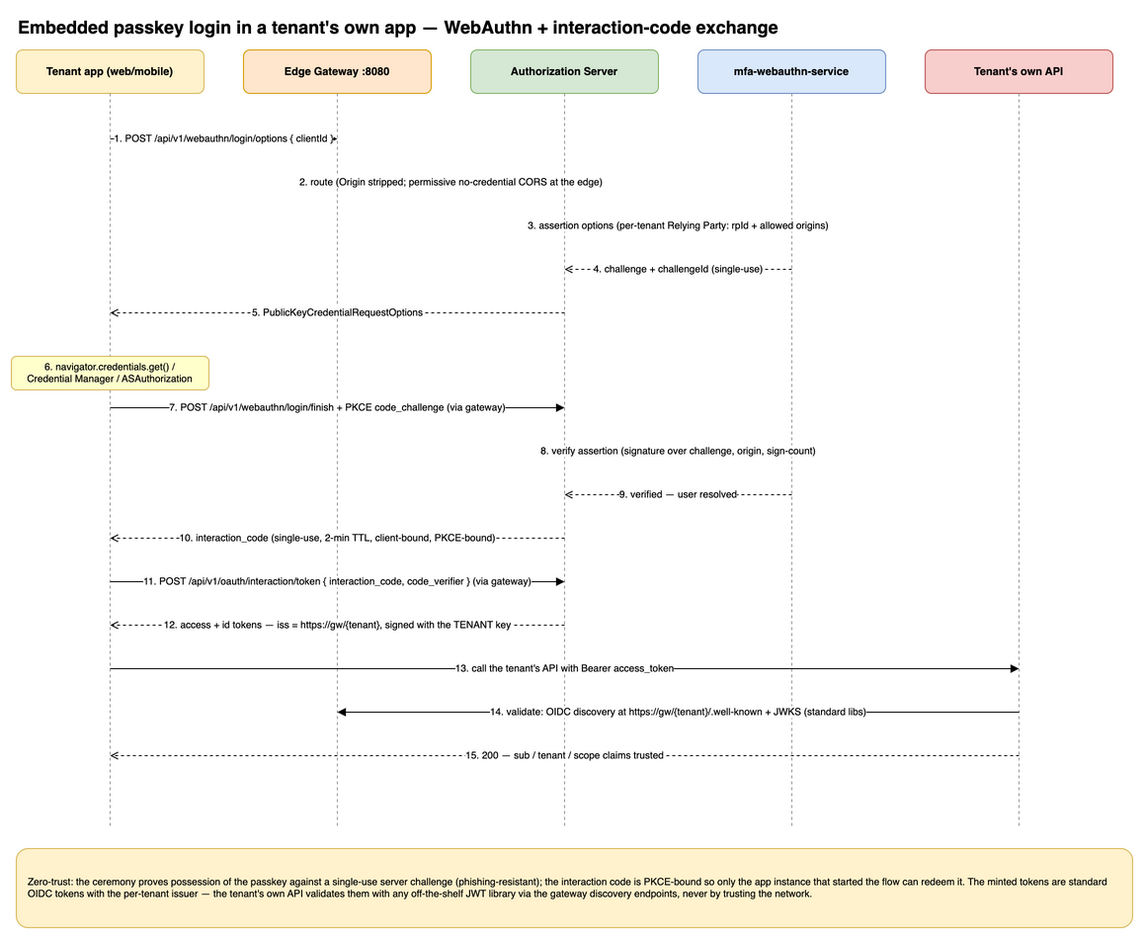
Before: architecture/diagrams/seq-embedded-passkey.drawio.png, a diagram exported from draw.io (AegisIdentity/aegis-platform-docs). Source tidied: cells renumbered, new cells last; positions are measured from the earlier drawing's top-left corner, leaving out a move shared by most shapes.
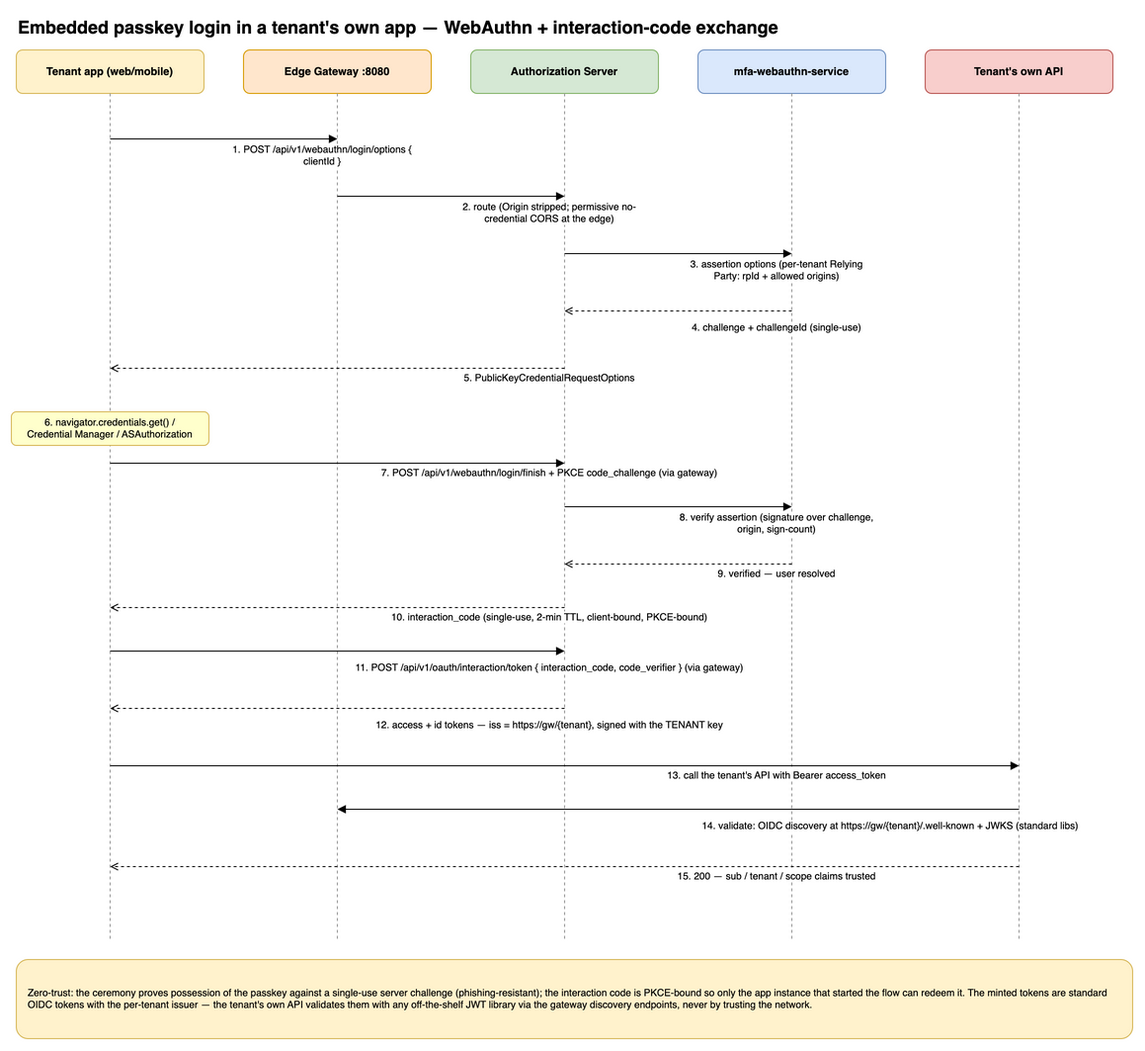
After the commit.

Change to the diagram source:
```diff
@@ -11,7 +11,7 @@
     <mxCell id="4" style="endArrow=none;dashed=1;html=1;strokeColor=#999999;" parent="1" edge="1">
       <mxGeometry relative="1" as="geometry">
         <mxPoint x="100" y="84" as="sourcePoint" />
-        <mxPoint x="100" y="828" as="targetPoint" />
+        <mxPoint x="100" y="940" as="targetPoint" />
       </mxGeometry>
     </mxCell>
     <mxCell id="5" value="Edge Gateway :8080" style="rounded=1;whiteSpace=wrap;html=1;fontStyle=1;fontSize=11;fillColor=#FFE6CC;strokeColor=#D79B00;" parent="1" vertex="1">
@@ -20,7 +20,7 @@
     <mxCell id="6" style="endArrow=none;dashed=1;html=1;strokeColor=#999999;" parent="1" edge="1">
       <mxGeometry relative="1" as="geometry">
         <mxPoint x="330" y="84" as="sourcePoint" />
-        <mxPoint x="330" y="828" as="targetPoint" />
+        <mxPoint x="330" y="940" as="targetPoint" />
       </mxGeometry>
     </mxCell>
     <mxCell id="7" value="Authorization Server" style="rounded=1;whiteSpace=wrap;html=1;fontStyle=1;fontSize=11;fillColor=#D5E8D4;strokeColor=#82B366;" parent="1" vertex="1">
@@ -29,7 +29,7 @@
     <mxCell id="8" style="endArrow=none;dashed=1;html=1;strokeColor=#999999;" parent="1" edge="1">
       <mxGeometry relative="1" as="geometry">
         <mxPoint x="560" y="84" as="sourcePoint" />
-        <mxPoint x="560" y="828" as="targetPoint" />
+        <mxPoint x="560" y="940" as="targetPoint" />
       </mxGeometry>
     </mxCell>
     <mxCell id="9" value="mfa-webauthn-service" style="rounded=1;whiteSpace=wrap;html=1;fontStyle=1;fontSize=11;fillColor=#DAE8FC;strokeColor=#6C8EBF;" parent="1" vertex="1">
@@ -38,7 +38,7 @@
     <mxCell id="10" style="endArrow=none;dashed=1;html=1;strokeColor=#999999;" parent="1" edge="1">
       <mxGeometry relative="1" as="geometry">
         <mxPoint x="790" y="84" as="sourcePoint" />
-        <mxPoint x="790" y="828" as="targetPoint" />
+        <mxPoint x="790" y="940" as="targetPoint" />
       </mxGeometry>
     </mxCell>
     <mxCell id="11" value="Tenant's own API" style="rounded=1;whiteSpace=wrap;html=1;fontStyle=1;fontSize=11;fillColor=#F8CECC;strokeColor=#B85450;" parent="1" vertex="1">
@@ -47,98 +47,140 @@
     <mxCell id="12" style="endArrow=none;dashed=1;html=1;strokeColor=#999999;" parent="1" edge="1">
       <mxGeometry relative="1" as="geometry">
         <mxPoint x="1020" y="84" as="sourcePoint" />
-        <mxPoint x="1020" y="828" as="targetPoint" />
+        <mxPoint x="1020" y="940" as="targetPoint" />
       </mxGeometry>
     </mxCell>
-    <mxCell id="13" value="1. POST /api/v1/webauthn/login/options { clientId }" style="html=1;fontSize=10;endArrow=block;endFill=1;rounded=0;" parent="1" edge="1">
+    <mxCell id="13" style="html=1;fontSize=10;endArrow=block;endFill=1;rounded=0;" parent="1" edge="1">
       <mxGeometry relative="1" as="geometry">
         <mxPoint x="100" y="130" as="sourcePoint" />
         <mxPoint x="330" y="130" as="targetPoint" />
       </mxGeometry>
     </mxCell>
-    <mxCell id="14" value="2. route (Origin stripped; permissive no-credential CORS at the edge)" style="html=1;fontSize=10;endArrow=block;endFill=1;rounded=0;" parent="1" edge="1">
-      <mxGeometry relative="1" as="geometry">
-        <mxPoint x="330" y="174" as="sourcePoint" />
-        <mxPoint x="560" y="174" as="targetPoint" />
-      </mxGeometry>
+    <mxCell id="14" value="1. POST /api/v1/webauthn/login/options { clientId }" style="edgeLabel;html=1;align=center;verticalAlign=middle;whiteSpace=wrap;labelBackgroundColor=#FFFFFF;fontSize=10;" parent="13" vertex="1">
+      <mxGeometry width="200" height="34" relative="1" as="geometry" />
     </mxCell>
-    <mxCell id="15" value="3. assertion options (per-tenant Relying Party: rpId + allowed origins)" style="html=1;fontSize=10;endArrow=block;endFill=1;rounded=0;" parent="1" edge="1">
+    <mxCell id="15" style="html=1;fontSize=10;endArrow=block;endFill=1;rounded=0;" parent="1" edge="1">
       <mxGeometry relative="1" as="geometry">
-        <mxPoint x="560" y="218" as="sourcePoint" />
-        <mxPoint x="790" y="218" as="targetPoint" />
+        <mxPoint x="330" y="188" as="sourcePoint" />
+        <mxPoint x="560" y="188" as="targetPoint" />
       </mxGeometry>
     </mxCell>
-    <mxCell id="16" value="4. challenge + challengeId (single-use)" style="html=1;fontSize=10;endArrow=open;dashed=1;rounded=0;" parent="1" edge="1">
-      <mxGeometry relative="1" as="geometry">
-        <mxPoint x="790" y="262" as="sourcePoint" />
-        <mxPoint x="560" y="262" as="targetPoint" />
-      </mxGeometry>
+    <mxCell id="16" value="2. route (Origin stripped; permissive no-credential CORS at the edge)" style="edgeLabel;html=1;align=center;verticalAlign=middle;whiteSpace=wrap;labelBackgroundColor=#FFFFFF;fontSize=10;" parent="15" vertex="1">
+      <mxGeometry width="200" height="34" relative="1" as="geometry" />
     </mxCell>
-    <mxCell id="17" value="5. PublicKeyCredentialRequestOptions" style="html=1;fontSize=10;endArrow=open;dashed=1;rounded=0;" parent="1" edge="1">
+    <mxCell id="17" style="html=1;fontSize=10;endArrow=block;endFill=1;rounded=0;" parent="1" edge="1">
       <mxGeometry relative="1" as="geometry">
-        <mxPoint x="560" y="306" as="sourcePoint" />
-        <mxPoint x="100" y="306" as="targetPoint" />
+        <mxPoint x="560" y="246" as="sourcePoint" />
+        <mxPoint x="790" y="246" as="targetPoint" />
       </mxGeometry>
     </mxCell>
-    <mxCell id="18" value="6. navigator.credentials.get() /&#10;Credential Manager / ASAuthorization" style="rounded=1;whiteSpace=wrap;html=1;fontSize=10;fillColor=#FFFFCC;strokeColor=#D6B656;" parent="1" vertex="1">
-      <mxGeometry y="350" width="200" height="34" as="geometry" />
+    <mxCell id="18" value="3. assertion options (per-tenant Relying Party: rpId + allowed origins)" style="edgeLabel;html=1;align=center;verticalAlign=middle;whiteSpace=wrap;labelBackgroundColor=#FFFFFF;fontSize=10;" parent="17" vertex="1">
+      <mxGeometry width="200" height="34" relative="1" as="geometry" />
     </mxCell>
-    <mxCell id="19" value="7. POST /api/v1/webauthn/login/finish + PKCE code_challenge (via gateway)" style="html=1;fontSize=10;endArrow=block;endFill=1;rounded=0;" parent="1" edge="1">
+    <mxCell id="19" style="html=1;fontSize=10;endArrow=open;dashed=1;rounded=0;" parent="1" edge="1">
       <mxGeometry relative="1" as="geometry">
-        <mxPoint x="100" y="402" as="sourcePoint" />
-        <mxPoint x="560" y="402" as="targetPoint" />
+        <mxPoint x="790" y="304" as="sourcePoint" />
+        <mxPoint x="560" y="304" as="targetPoint" />
       </mxGeometry>
     </mxCell>
-    <mxCell id="20" value="8. verify assertion (signature over challenge, origin, sign-count)" style="html=1;fontSize=10;endArrow=block;endFill=1;rounded=0;" parent="1" edge="1">
-      <mxGeometry relative="1" as="geometry">
-        <mxPoint x="560" y="446" as="sourcePoint" />
-        <mxPoint x="790" y="446" as="targetPoint" />
-      </mxGeometry>
+    <mxCell id="20" value="4. challenge + challengeId (single-use)" style="edgeLabel;html=1;align=center;verticalAlign=middle;whiteSpace=wrap;labelBackgroundColor=#FFFFFF;fontSize=10;" parent="19" vertex="1">
+      <mxGeometry width="200" height="34" relative="1" as="geometry" />
     </mxCell>
-    <mxCell id="21" value="9. verified — user resolved" style="html=1;fontSize=10;endArrow=open;dashed=1;rounded=0;" parent="1" edge="1">
+    <mxCell id="21" style="html=1;fontSize=10;endArrow=open;dashed=1;rounded=0;" parent="1" edge="1">
       <mxGeometry relative="1" as="geometry">
-        <mxPoint x="790" y="490" as="sourcePoint" />
-        <mxPoint x="560" y="490" as="targetPoint" />
+        <mxPoint x="560" y="362" as="sourcePoint" />
+        <mxPoint x="100" y="362" as="targetPoint" />
       </mxGeometry>
     </mxCell>
-    <mxCell id="22" value="10. interaction_code (single-use, 2-min TTL, client-bound, PKCE-bound)" style="html=1;fontSize=10;endArrow=open;dashed=1;rounded=0;" parent="1" edge="1">
-      <mxGeometry relative="1" as="geometry">
-        <mxPoint x="560" y="534" as="sourcePoint" />
-        <mxPoint x="100" y="534" as="targetPoint" />
-      </mxGeometry>
+    <mxCell id="22" value="5. PublicKeyCredentialRequestOptions" style="edgeLabel;html=1;align=center;verticalAlign=middle;whiteSpace=wrap;labelBackgroundColor=#FFFFFF;fontSize=10;" parent="21" vertex="1">
+      <mxGeometry width="430" height="20" relative="1" as="geometry" />
     </mxCell>
-    <mxCell id="23" value="11. POST /api/v1/oauth/interaction/token { interaction_code, code_verifier } (via gateway)" style="html=1;fontSize=10;endArrow=block;endFill=1;rounded=0;" parent="1" edge="1">
-      <mxGeometry relative="1" as="geometry">
-        <mxPoint x="100" y="578" as="sourcePoint" />
-        <mxPoint x="560" y="578" as="targetPoint" />
-      </mxGeometry>
+    <mxCell id="23" value="6. navigator.credentials.get() /&#10;Credential Manager / ASAuthorization" style="rounded=1;whiteSpace=wrap;html=1;fontSize=10;fillColor=#FFFFCC;strokeColor=#D6B656;" parent="1" vertex="1">
+      <mxGeometry y="406" width="200" height="34" as="geometry" />
     </mxCell>
-    <mxCell id="24" value="12. access + id tokens — iss = https://gw/{tenant}, signed with the TENANT key" style="html=1;fontSize=10;endArrow=open;dashed=1;rounded=0;" parent="1" edge="1">
+    <mxCell id="24" style="html=1;fontSize=10;endArrow=block;endFill=1;rounded=0;" parent="1" edge="1">
       <mxGeometry relative="1" as="geometry">
-        <mxPoint x="560" y="622" as="sourcePoint" />
-        <mxPoint x="100" y="622" as="targetPoint" />
+        <mxPoint x="100" y="458" as="sourcePoint" />
+        <mxPoint x="560" y="458" as="targetPoint" />
       </mxGeometry>
     </mxCell>
-    <mxCell id="25" value="13. call the tenant's API with Bearer access_token" style="html=1;fontSize=10;endArrow=block;endFill=1;rounded=0;" parent="1" edge="1">
-      <mxGeometry relative="1" as="geometry">
-        <mxPoint x="100" y="666" as="sourcePoint" />
-        <mxPoint x="1020" y="666" as="targetPoint" />
-      </mxGeometry>
+    <mxCell id="25" value="7. POST /api/v1/webauthn/login/finish + PKCE code_challenge (via gateway)" style="edgeLabel;html=1;align=center;verticalAlign=middle;whiteSpace=wrap;labelBackgroundColor=#FFFFFF;fontSize=10;" parent="24" vertex="1">
+      <mxGeometry width="430" height="20" relative="1" as="geometry" />
     </mxCell>
-    <mxCell id="26" value="14. validate: OIDC discovery at https://gw/{tenant}/.well-known + JWKS (standard libs)" style="html=1;fontSize=10;endArrow=block;endFill=1;rounded=0;" parent="1" edge="1">
+    <mxCell id="26" style="html=1;fontSize=10;endArrow=block;endFill=1;rounded=0;" parent="1" edge="1">
       <mxGeometry relative="1" as="geometry">
-        <mxPoint x="1020" y="710" as="sourcePoint" />
-        <mxPoint x="330" y="710" as="targetPoint" />
+        <mxPoint x="560" y="502" as="sourcePoint" />
+        <mxPoint x="790" y="502" as="targetPoint" />
       </mxGeometry>
     </mxCell>
-    <mxCell id="27" value="15. 200 — sub / tenant / scope claims trusted" style="html=1;fontSize=10;endArrow=open;dashed=1;rounded=0;" parent="1" edge="1">
-      <mxGeometry relative="1" as="geometry">
-        <mxPoint x="1020" y="754" as="sourcePoint" />
-        <mxPoint x="100" y="754" as="targetPoint" />
-      </mxGeometry>
+    <mxCell id="27" value="8. verify assertion (signature over challenge, origin, sign-count)" style="edgeLabel;html=1;align=center;verticalAlign=middle;whiteSpace=wrap;labelBackgroundColor=#FFFFFF;fontSize=10;" parent="26" vertex="1">
+      <mxGeometry width="200" height="34" relative="1" as="geometry" />
     </mxCell>
-    <mxCell id="28" value="Zero-trust: the ceremony proves possession of the passkey against a single-use server challenge (phishing-resistant); the interaction code is PKCE-bound so only the app instance that started the flow can redeem it. The minted tokens are standard OIDC tokens with the per-tenant issuer — the tenant's own API validates them with any off-the-shelf JWT library via the gateway discovery endpoints, never by trusting the network." style="rounded=1;whiteSpace=wrap;html=1;fontSize=10;align=left;spacingLeft=8;spacing=4;fillColor=#FFF2CC;strokeColor=#D6B656;" parent="1" vertex="1">
-      <mxGeometry x="5" y="848" width="1130" height="80" as="geometry" />
+    <mxCell id="28" style="html=1;fontSize=10;endArrow=open;dashed=1;rounded=0;" parent="1" edge="1">
+      <mxGeometry relative="1" as="geometry">
+        <mxPoint x="790" y="560" as="sourcePoint" />
+        <mxPoint x="560" y="560" as="targetPoint" />
+      </mxGeometry>
     </mxCell>
+    <mxCell id="29" value="9. verified — user resolved" style="edgeLabel;html=1;align=center;verticalAlign=middle;whiteSpace=wrap;labelBackgroundColor=#FFFFFF;fontSize=10;" parent="28" vertex="1">
+      <mxGeometry width="200" height="20" relative="1" as="geometry" />
+    </mxCell>
+    <mxCell id="30" style="html=1;fontSize=10;endArrow=open;dashed=1;rounded=0;" parent="1" edge="1">
+      <mxGeometry relative="1" as="geometry">
+        <mxPoint x="560" y="604" as="sourcePoint" />
+        <mxPoint x="100" y="604" as="targetPoint" />
+      </mxGeometry>
+    </mxCell>
+    <mxCell id="31" value="10. interaction_code (single-use, 2-min TTL, client-bound, PKCE-bound)" style="edgeLabel;html=1;align=center;verticalAlign=middle;whiteSpace=wrap;labelBackgroundColor=#FFFFFF;fontSize=10;" parent="30" vertex="1">
+      <mxGeometry width="430" height="20" relative="1" as="geometry" />
+    </mxCell>
+    <mxCell id="32" style="html=1;fontSize=10;endArrow=block;endFill=1;rounded=0;" parent="1" edge="1">
+      <mxGeometry relative="1" as="geometry">
+        <mxPoint x="100" y="648" as="sourcePoint" />
+        <mxPoint x="560" y="648" as="targetPoint" />
+      </mxGeometry>
+    </mxCell>
+    <mxCell id="33" value="11. POST /api/v1/oauth/interaction/token { interaction_code, code_verifier } (via gateway)" style="edgeLabel;html=1;align=center;verticalAlign=middle;whiteSpace=wrap;labelBackgroundColor=#FFFFFF;fontSize=10;" parent="32" vertex="1">
+      <mxGeometry width="430" height="34" relative="1" as="geometry" />
+    </mxCell>
+    <mxCell id="34" style="html=1;fontSize=10;endArrow=open;dashed=1;rounded=0;" parent="1" edge="1">
+      <mxGeometry relative="1" as="geometry">
+        <mxPoint x="560" y="706" as="sourcePoint" />
+        <mxPoint x="100" y="706" as="targetPoint" />
+      </mxGeometry>
+    </mxCell>
+    <mxCell id="35" value="12. access + id tokens — iss = https://gw/{tenant}, signed with the TENANT key" style="edgeLabel;html=1;align=center;verticalAlign=middle;whiteSpace=wrap;labelBackgroundColor=#FFFFFF;fontSize=10;" parent="34" vertex="1">
+      <mxGeometry width="430" height="34" relative="1" as="geometry" />
+    </mxCell>
+    <mxCell id="36" style="html=1;fontSize=10;endArrow=block;endFill=1;rounded=0;" parent="1" edge="1">
+      <mxGeometry relative="1" as="geometry">
+        <mxPoint x="100" y="764" as="sourcePoint" />
+        <mxPoint x="1020" y="764" as="targetPoint" />
+      </mxGeometry>
+    </mxCell>
+    <mxCell id="37" value="13. call the tenant's API with Bearer access_token" style="edgeLabel;html=1;align=center;verticalAlign=middle;whiteSpace=wrap;labelBackgroundColor=#FFFFFF;fontSize=10;" parent="36" vertex="1">
+      <mxGeometry width="430" height="20" relative="1" as="geometry" />
+    </mxCell>
+    <mxCell id="38" style="html=1;fontSize=10;endArrow=block;endFill=1;rounded=0;" parent="1" edge="1">
+      <mxGeometry relative="1" as="geometry">
+        <mxPoint x="1020" y="808" as="sourcePoint" />
+        <mxPoint x="330" y="808" as="targetPoint" />
+      </mxGeometry>
+    </mxCell>
+    <mxCell id="39" value="14. validate: OIDC discovery at https://gw/{tenant}/.well-known + JWKS (standard libs)" style="edgeLabel;html=1;align=center;verticalAlign=middle;whiteSpace=wrap;labelBackgroundColor=#FFFFFF;fontSize=10;" parent="38" vertex="1">
+      <mxGeometry width="430" height="34" relative="1" as="geometry" />
+    </mxCell>
+    <mxCell id="40" style="html=1;fontSize=10;endArrow=open;dashed=1;rounded=0;" parent="1" edge="1">
+      <mxGeometry relative="1" as="geometry">
+        <mxPoint x="1020" y="866" as="sourcePoint" />
+        <mxPoint x="100" y="866" as="targetPoint" />
+      </mxGeometry>
+    </mxCell>
+    <mxCell id="41" value="15. 200 — sub / tenant / scope claims trusted" style="edgeLabel;html=1;align=center;verticalAlign=middle;whiteSpace=wrap;labelBackgroundColor=#FFFFFF;fontSize=10;" parent="40" vertex="1">
+      <mxGeometry width="430" height="20" relative="1" as="geometry" />
+    </mxCell>
+    <mxCell id="42" value="Zero-trust: the ceremony proves possession of the passkey against a single-use server challenge (phishing-resistant); the interaction code is PKCE-bound so only the app instance that started the flow can redeem it. The minted tokens are standard OIDC tokens with the per-tenant issuer — the tenant's own API validates them with any off-the-shelf JWT library via the gateway discovery endpoints, never by trusting the network." style="rounded=1;whiteSpace=wrap;html=1;fontSize=10;align=left;spacingLeft=8;spacing=4;fillColor=#FFF2CC;strokeColor=#D6B656;" parent="1" vertex="1">
+      <mxGeometry x="5" y="960" width="1130" height="80" as="geometry" />
+    </mxCell>
   </root>
 </mxGraphModel>
```
